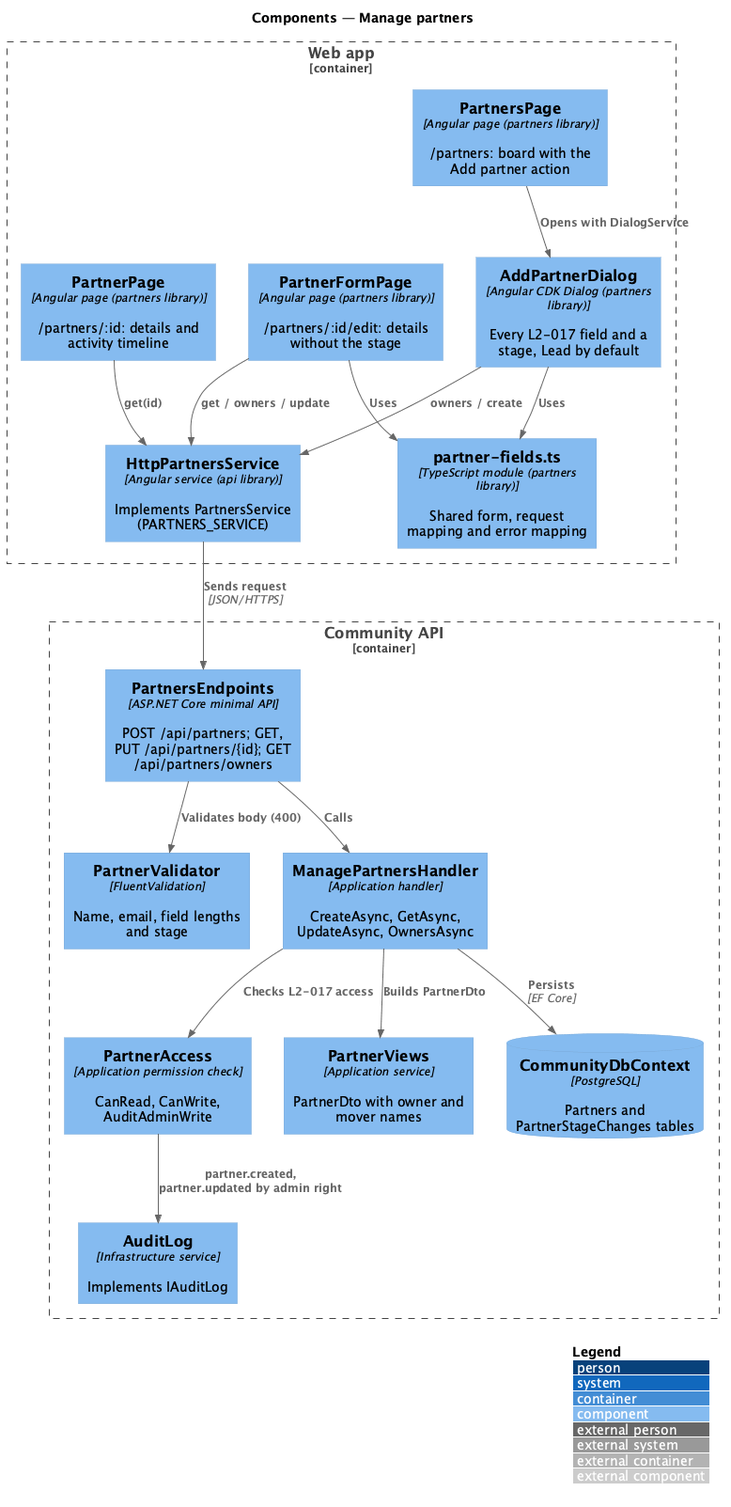
The PlantUML diagram docs/detailed-designs/partners/manage-partners/diagrams/c4-component.png in QuinntyneBrown/faithtech-community, before a commit. The source it was exported from:
```plantuml
@startuml
!include <C4/C4_Component>
LAYOUT_WITH_LEGEND()
title Components — Manage partners
Container_Boundary(web, "Web app") {
  Component(board, "PartnersPage", "Angular page (partners library)", "/partners: board with the Add partner action")
  Component(dlg, "AddPartnerDialog", "Angular CDK Dialog (partners library)", "Every L2-017 field and a stage, Lead by default")
  Component(page, "PartnerPage", "Angular page (partners library)", "/partners/:id: details and activity timeline")
  Component(form, "PartnerFormPage", "Angular page (partners library)", "/partners/:id/edit: details without the stage")
  Component(fields, "partner-fields.ts", "TypeScript module (partners library)", "Shared form, request mapping and error mapping")
  Component(svc, "HttpPartnersService", "Angular service (api library)", "Implements PartnersService (PARTNERS_SERVICE)")
}
Container_Boundary(api, "Community API") {
  Component(ep, "PartnersEndpoints", "ASP.NET Core minimal API", "POST /api/partners; GET, PUT /api/partners/{id}; GET /api/partners/owners")
  Component(val, "PartnerValidator", "FluentValidation", "Name, email, field lengths and stage")
  Component(h, "ManagePartnersHandler", "Application handler", "CreateAsync, GetAsync, UpdateAsync, OwnersAsync")
  Component(acc, "PartnerAccess", "Application permission check", "CanRead, CanWrite, AuditAdminWrite")
  Component(views, "PartnerViews", "Application service", "PartnerDto with owner and mover names")
  Component(audit, "AuditLog", "Infrastructure service", "Implements IAuditLog")
  ComponentDb(db, "CommunityDbContext", "PostgreSQL", "Partners and PartnerStageChanges tables")
}
Rel(board, dlg, "Opens with DialogService")
Rel(dlg, fields, "Uses")
Rel(form, fields, "Uses")
Rel(dlg, svc, "owners / create")
Rel(page, svc, "get(id)")
Rel(form, svc, "get / owners / update")
Rel(svc, ep, "Sends request", "JSON/HTTPS")
Rel(ep, val, "Validates body (400)")
Rel(ep, h, "Calls")
Rel(h, acc, "Checks L2-017 access")
Rel(h, views, "Builds PartnerDto")
Rel(acc, audit, "partner.created, partner.updated by admin right")
Rel(h, db, "Persists", "EF Core")
@enduml
```
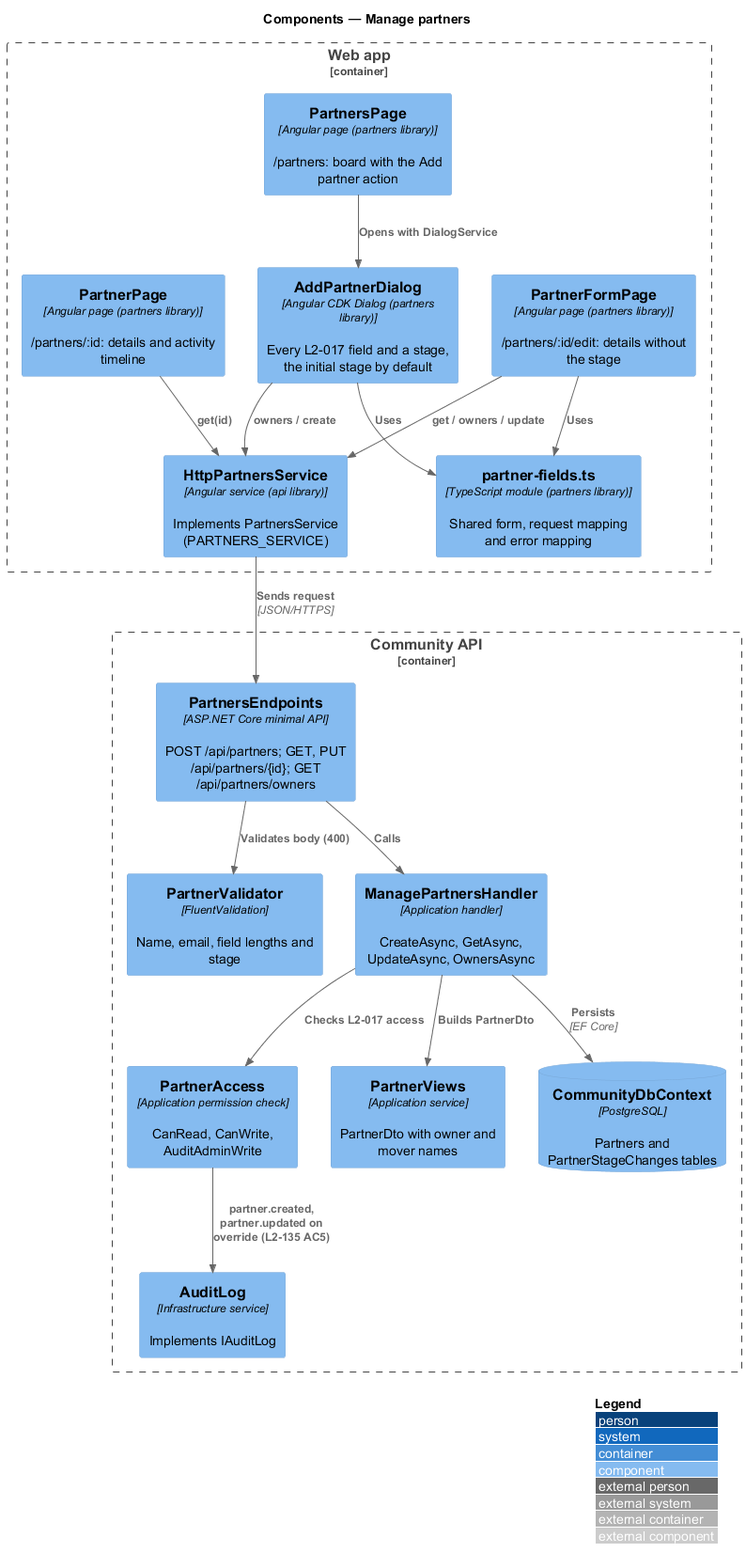
The same file after the commit.

Diff of the diagram source:
```diff
@@ -4,7 +4,7 @@
 title Components — Manage partners
 Container_Boundary(web, "Web app") {
   Component(board, "PartnersPage", "Angular page (partners library)", "/partners: board with the Add partner action")
-  Component(dlg, "AddPartnerDialog", "Angular CDK Dialog (partners library)", "Every L2-017 field and a stage, Lead by default")
+  Component(dlg, "AddPartnerDialog", "Angular CDK Dialog (partners library)", "Every L2-017 field and a stage, the initial stage by default")
   Component(page, "PartnerPage", "Angular page (partners library)", "/partners/:id: details and activity timeline")
   Component(form, "PartnerFormPage", "Angular page (partners library)", "/partners/:id/edit: details without the stage")
   Component(fields, "partner-fields.ts", "TypeScript module (partners library)", "Shared form, request mapping and error mapping")
@@ -30,6 +30,6 @@
 Rel(ep, h, "Calls")
 Rel(h, acc, "Checks L2-017 access")
 Rel(h, views, "Builds PartnerDto")
-Rel(acc, audit, "partner.created, partner.updated by admin right")
+Rel(acc, audit, "partner.created, partner.updated on override (L2-135 AC5)")
 Rel(h, db, "Persists", "EF Core")
 @enduml
```
